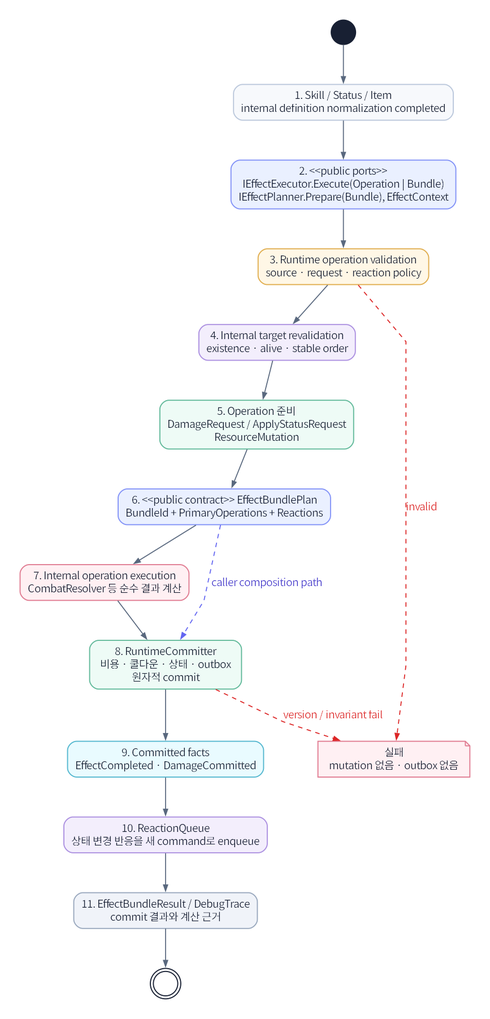
JY-LemongO/game-system-framework-knowledge-site keeps this Graphviz diagram as assets/diagrams/11_effect_execution_sequence_diagram.png. Above is the earlier version. Its source is kept beside it as source/diagrams/11_effect_execution_sequence_diagram.dot.
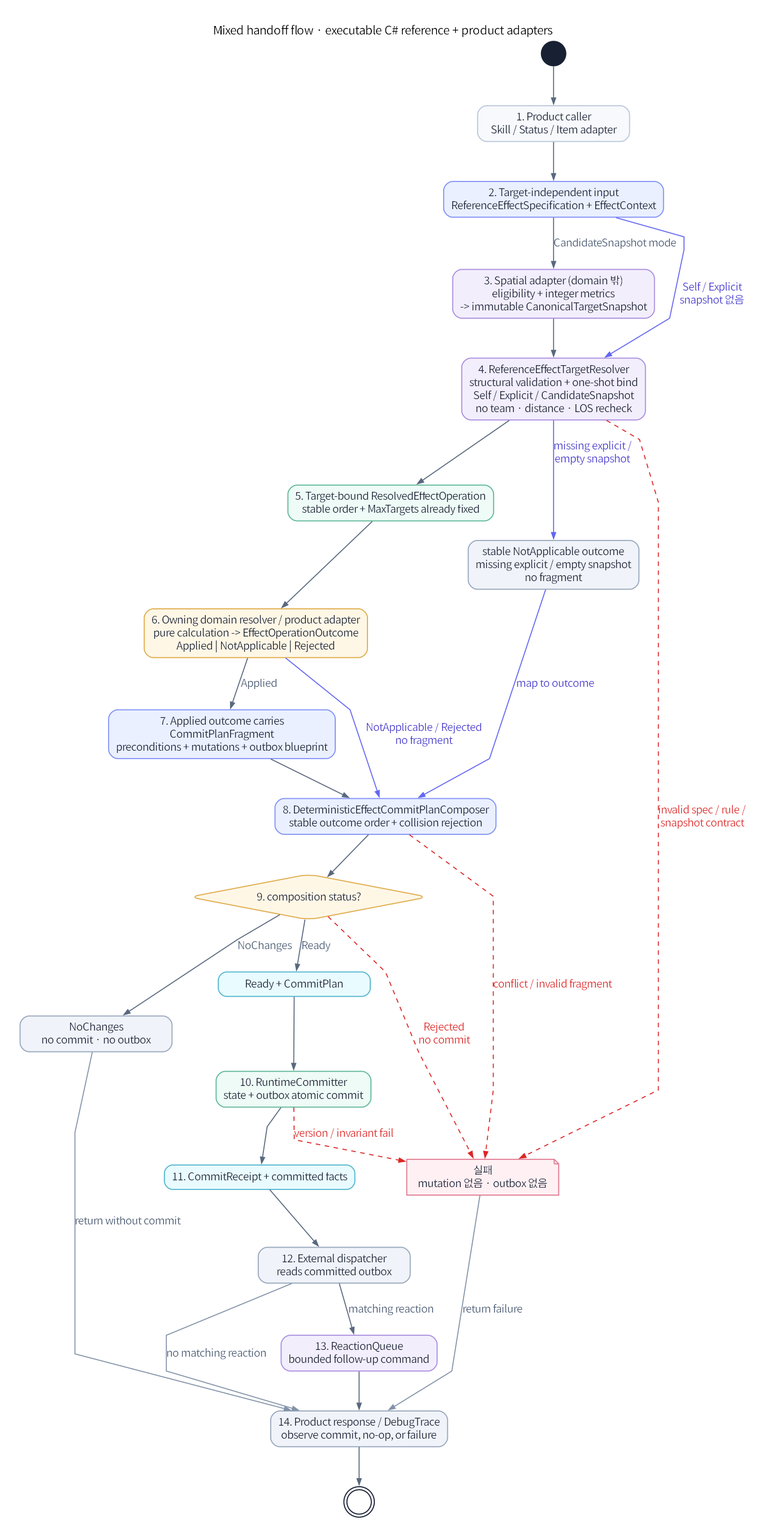
After the commit.

Change to the diagram source:
```diff
@@ -1,5 +1,5 @@
 digraph G {
-  graph [fontname="Noto Sans KR", bgcolor="#ffffff", margin=0.12, pad=0.25, ranksep=0.72, nodesep=0.56];
+  graph [fontname="Noto Sans KR", bgcolor="#ffffff", margin=0.12, pad=0.25, ranksep=0.72, nodesep=0.56, label="Mixed handoff flow · executable C# reference + product adapters", labelloc=t, fontsize=16];
   node [fontname="Noto Sans KR", shape=box, style="rounded,filled", color="#bac7db", penwidth=1.4, fillcolor="#ffffff", fontcolor="#182033", margin="0.14,0.09"];
   edge [fontname="Noto Sans KR", color="#59687e", fontcolor="#46566e", arrowsize=0.8, penwidth=1.3];
   rankdir=TB;
@@ -7,22 +7,48 @@
   node [shape=box, style="rounded,filled", width=2.8, height=0.45];
 
   start [shape=circle, label="", width=0.22, fillcolor="#182033", color="#182033"];
-  Caller [label="1. Skill / Status / Item\ninternal definition normalization completed", fillcolor="#f7f9fc"];
-  Request [label="2. <<public ports>>\nIEffectExecutor.Execute(Operation | Bundle)\nIEffectPlanner.Prepare(Bundle), EffectContext", fillcolor="#eaf0ff", color="#8292f7"];
-  Validate [label="3. Runtime operation validation\nsource · request · reaction policy", fillcolor="#fff7e6", color="#e0ad4e"];
-  Target [label="4. Internal target revalidation\nexistence · alive · stable order", fillcolor="#f3eefc", color="#ab8fe0"];
-  Prepare [label="5. Operation 준비\nDamageRequest / ApplyStatusRequest\nResourceMutation", fillcolor="#eefbf6", color="#61b99a"];
-  Resolve [label="7. Internal operation execution\nCombatResolver 등 순수 결과 계산", fillcolor="#fff0f3", color="#e07b91"];
-  Plan [label="6. <<public contract>> EffectBundlePlan\nBundleId + PrimaryOperations + Reactions", fillcolor="#eaf0ff", color="#8292f7"];
-  Commit [label="8. RuntimeCommitter\n비용 · 쿨다운 · 상태 · outbox\n원자적 commit", fillcolor="#eefbf6", color="#61b99a"];
-  Facts [label="9. Committed facts\nEffectCompleted · DamageCommitted", fillcolor="#e9fbff", color="#54b7cf"];
-  Queue [label="10. ReactionQueue\n상태 변경 반응을 새 command로 enqueue", fillcolor="#f3eefc", color="#ab8fe0"];
-  Result [label="11. EffectBundleResult / DebugTrace\ncommit 결과와 계산 근거", fillcolor="#f0f3f9", color="#99a8bd"];
+  Caller [label="1. Product caller\nSkill / Status / Item adapter", fillcolor="#f7f9fc"];
+  Request [label="2. Target-independent input\nReferenceEffectSpecification + EffectContext", fillcolor="#eaf0ff", color="#8292f7"];
+  Snapshot [label="3. Spatial adapter (domain 밖)\neligibility + integer metrics\n-> immutable CanonicalTargetSnapshot", fillcolor="#f3eefc", color="#ab8fe0"];
+  Target [label="4. ReferenceEffectTargetResolver\nstructural validation + one-shot bind\nSelf / Explicit / CandidateSnapshot\nno team · distance · LOS recheck", fillcolor="#f3eefc", color="#ab8fe0"];
+  Resolved [label="5. Target-bound ResolvedEffectOperation\nstable order + MaxTargets already fixed", fillcolor="#eefbf6", color="#61b99a"];
+  Resolve [label="6. Owning domain resolver / product adapter\npure calculation -> EffectOperationOutcome\nApplied | NotApplicable | Rejected", fillcolor="#fff7e6", color="#e0ad4e"];
+  Fragment [label="7. Applied outcome carries\nCommitPlanFragment\npreconditions + mutations + outbox blueprint", fillcolor="#eaf0ff", color="#8292f7"];
+  Compose [label="8. DeterministicEffectCommitPlanComposer\nstable outcome order + collision rejection", fillcolor="#eaf0ff", color="#8292f7"];
+  Status [shape=diamond, label="9. composition status?", fillcolor="#fff7e6", color="#e0ad4e"];
+  Ready [label="Ready + CommitPlan", fillcolor="#e9fbff", color="#54b7cf"];
+  NoCommit [label="NoChanges\nno commit · no outbox", fillcolor="#f0f3f9", color="#99a8bd"];
+  NotApplicable [label="stable NotApplicable outcome\nmissing explicit / empty snapshot\nno fragment", fillcolor="#f0f3f9", color="#99a8bd"];
+  Commit [label="10. RuntimeCommitter\nstate + outbox atomic commit", fillcolor="#eefbf6", color="#61b99a"];
+  Facts [label="11. CommitReceipt + committed facts", fillcolor="#e9fbff", color="#54b7cf"];
+  Dispatch [label="12. External dispatcher\nreads committed outbox", fillcolor="#f0f3f9", color="#99a8bd"];
+  Queue [label="13. ReactionQueue\nbounded follow-up command", fillcolor="#f3eefc", color="#ab8fe0"];
+  Result [label="14. Product response / DebugTrace\nobserve commit, no-op, or failure", fillcolor="#f0f3f9", color="#99a8bd"];
   Reject [shape=note, label="실패\nmutation 없음 · outbox 없음", fillcolor="#fff0f3", color="#e07b91"];
   end [shape=doublecircle, label="", width=0.28, fillcolor="#ffffff", color="#182033"];
 
-  start -> Caller -> Request -> Validate -> Target -> Prepare -> Plan -> Resolve -> Commit -> Facts -> Queue -> Result -> end;
-  Plan -> Commit [label="caller composition path", style=dashed, color="#6366f1", fontcolor="#4338ca", constraint=false];
-  Validate -> Reject [label="invalid", style=dashed, color="#dc2626", fontcolor="#dc2626"];
+  start -> Caller -> Request;
+  Request -> Snapshot [label="CandidateSnapshot mode"];
+  Snapshot -> Target;
+  Request -> Target [label="Self / Explicit\nsnapshot 없음", color="#6366f1", fontcolor="#4338ca", constraint=false];
+  Target -> Resolved -> Resolve;
+  Resolve -> Fragment [label="Applied"];
+  Fragment -> Compose;
+  Resolve -> Compose [label="NotApplicable / Rejected\nno fragment", color="#6366f1", fontcolor="#4338ca", constraint=false];
+  Target -> NotApplicable [label="missing explicit /\nempty snapshot", color="#6366f1", fontcolor="#4338ca"];
+  NotApplicable -> Compose [label="map to outcome", color="#6366f1", fontcolor="#4338ca"];
+  Target -> Reject [label="invalid spec / rule /\nsnapshot contract", style=dashed, color="#dc2626", fontcolor="#dc2626"];
+  Compose -> Reject [label="conflict / invalid fragment", style=dashed, color="#dc2626", fontcolor="#dc2626"];
+  Compose -> Status;
+  Status -> Ready [label="Ready"];
+  Ready -> Commit;
+  Status -> NoCommit [label="NoChanges"];
+  NoCommit -> Result [label="return without commit", color="#8292A8"];
+  Status -> Reject [label="Rejected\nno commit", style=dashed, color="#dc2626", fontcolor="#dc2626"];
+  Commit -> Facts -> Dispatch;
+  Dispatch -> Queue [label="matching reaction"];
+  Dispatch -> Result [label="no matching reaction", color="#8292A8", constraint=false];
+  Queue -> Result -> end;
   Commit -> Reject [label="version / invariant fail", style=dashed, color="#dc2626", fontcolor="#dc2626"];
+  Reject -> Result [label="return failure", color="#8292A8"];
 }
```
